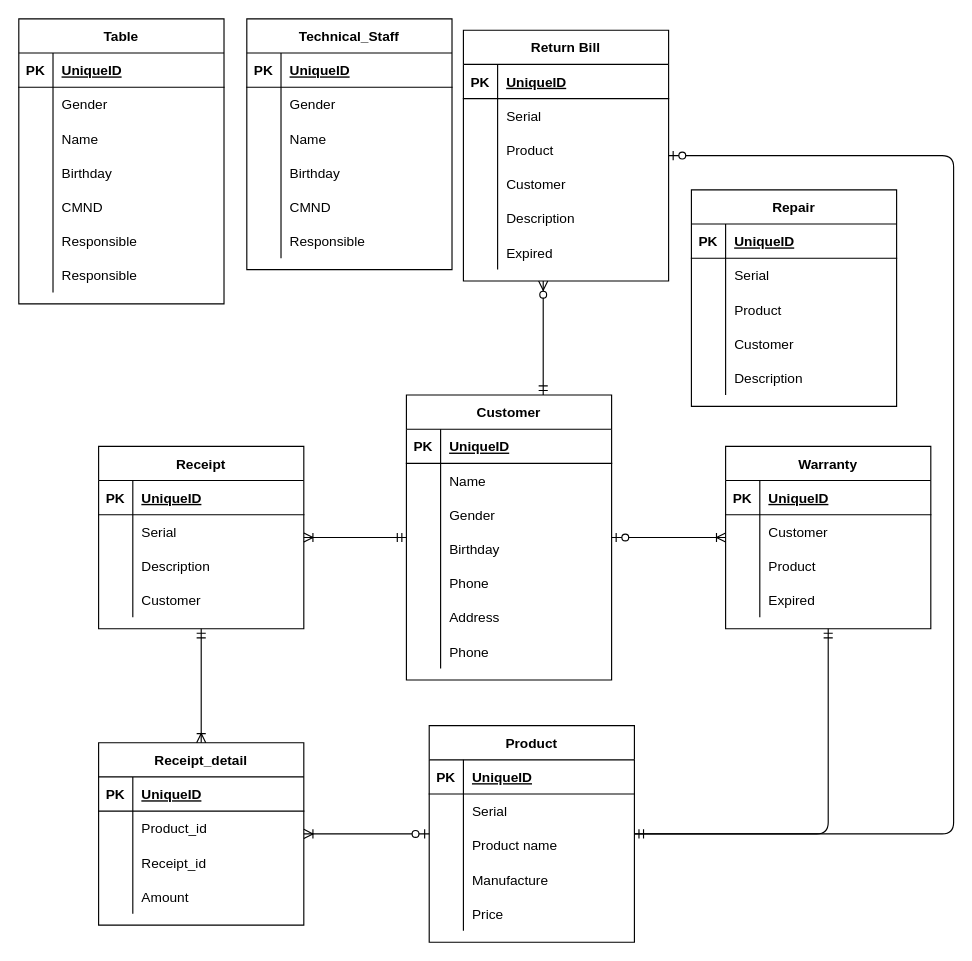
trandinhlam/master_2nd_semester keeps this draw.io diagram as HoachDinhChienLuoc/ER_Diagram.drawio. Above is the earlier version. Source tidied: cells renumbered, new cells numbered last; positions are measured from the earlier drawing's top-left corner, leaving out a move shared by most shapes. Both pictures are drawn from the tidied source at 114%, with x=0, y=0 at pixel (18, 18).
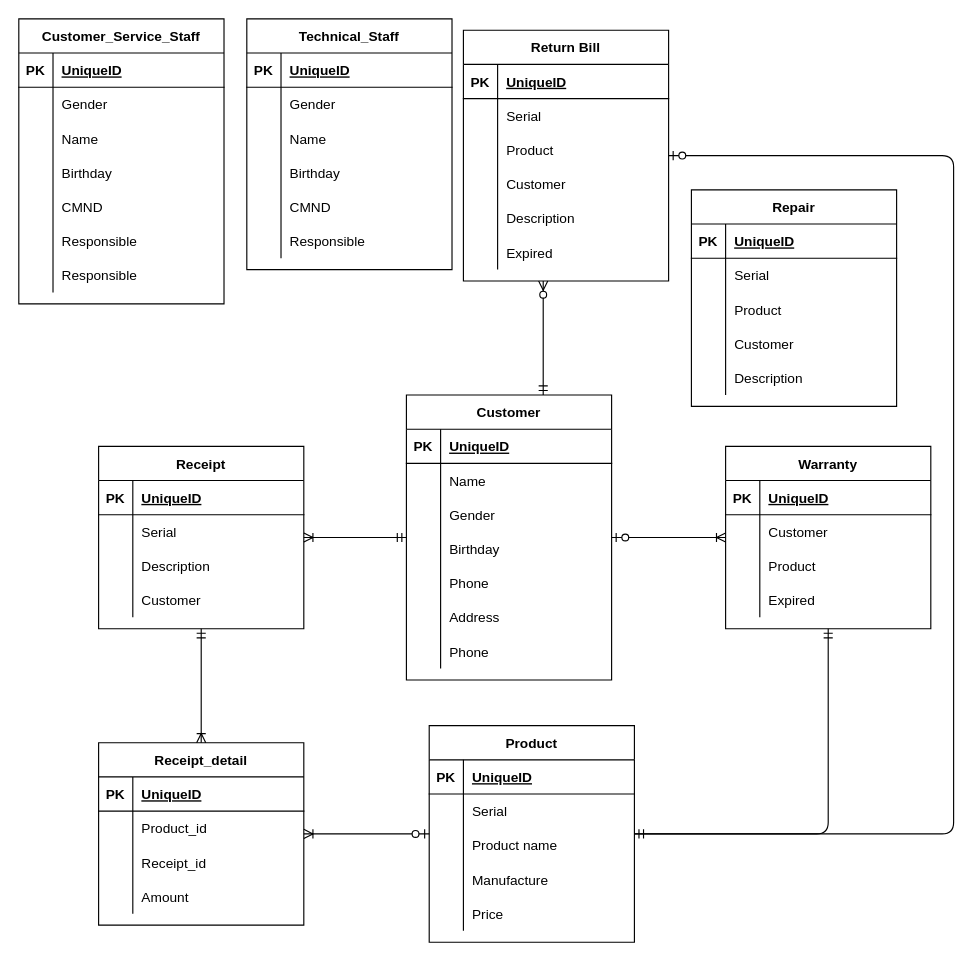
Above is the later version.

Change to the diagram source:
```diff
@@
-    <mxCell id="140" value="Table" style="shape=table;startSize=30;childLayout=tableLayout;rowLines=0;fontStyle=1;align=center;" parent="1" vertex="1">
+    <mxCell id="140" value="Customer_Service_Staff" style="shape=table;startSize=30;childLayout=tableLayout;rowLines=0;fontStyle=1;align=center;" parent="1" vertex="1">
       <mxGeometry width="180" height="250" as="geometry" />
     </mxCell>
```
